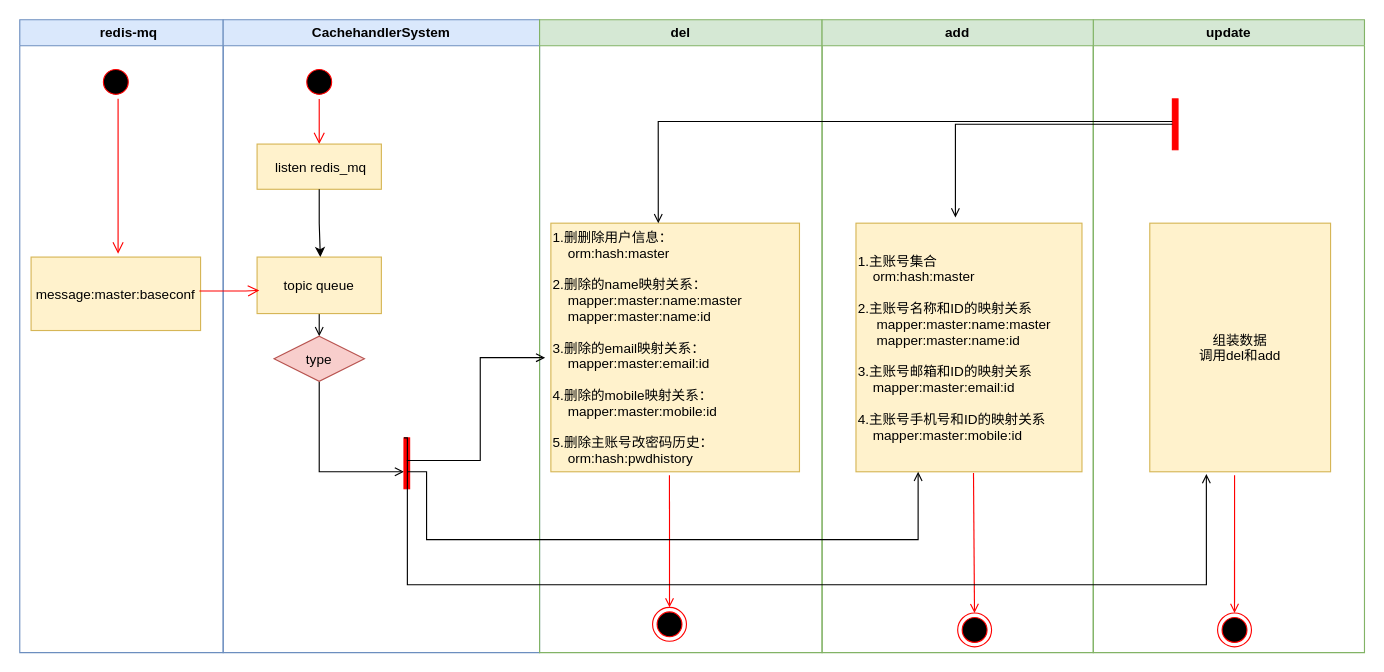
Before: page "主帐号密码变更" (9 of 19) of cachehandlersystem_消息订阅.drawio in DeanYang121/typora_images, a draw.io diagram. Source tidied: cells renumbered, new cells numbered last; positions are measured from the earlier drawing's top-left corner, leaving out a move shared by most shapes. Both pictures are drawn from the tidied source at 113%, with x=0, y=0 at pixel (19, 19).
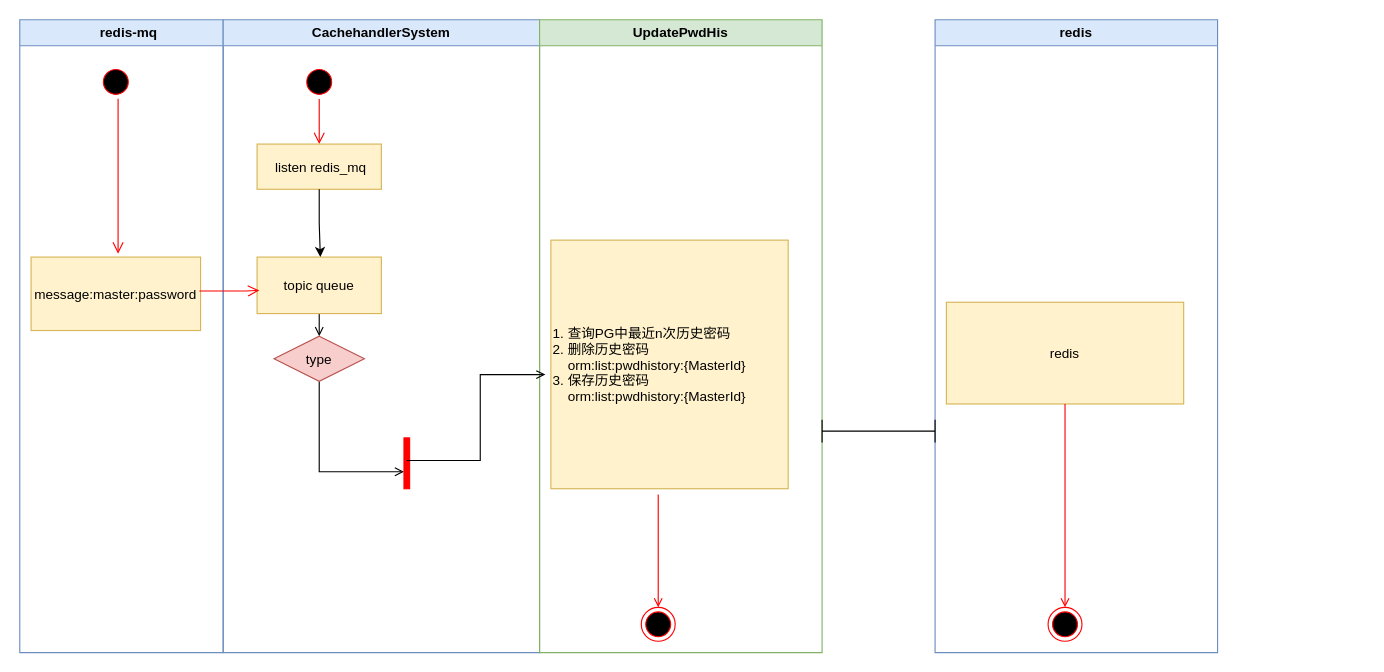
After the change.

The change refers to these unchanged cells:
```xml
<mxCell id="2" value="    redis-mq" style="swimlane;whiteSpace=wrap;fillColor=#dae8fc;strokeColor=#6c8ebf;" parent="1" vertex="1">
  <mxGeometry width="180" height="560" as="geometry" />
</mxCell>
<mxCell id="15" style="whiteSpace=wrap;strokeColor=#FF0000;fillColor=#FF0000;" parent="6" vertex="1">
  <mxGeometry x="160" y="370" width="5" height="45" as="geometry" />
</mxCell>
```

The edit, as a diff of the source:
```diff
@@
-    <mxCell id="5" value="message:master:baseconf" style="fillColor=#fff2cc;strokeColor=#d6b656;" parent="2" vertex="1">
+    <mxCell id="5" value="message:master:password" style="fillColor=#fff2cc;strokeColor=#d6b656;" parent="2" vertex="1">
       <mxGeometry x="10" y="210" width="150" height="65" as="geometry" />
     </mxCell>
@@
-    <mxCell id="16" value="del" style="swimlane;whiteSpace=wrap;fillColor=#d5e8d4;strokeColor=#82b366;" parent="1" vertex="1">
+    <mxCell id="16" value="UpdatePwdHis" style="swimlane;whiteSpace=wrap;fillColor=#d5e8d4;strokeColor=#82b366;" parent="1" vertex="1">
       <mxGeometry x="460" width="250" height="560" as="geometry" />
     </mxCell>
-    <mxCell id="17" value="1.删删除用户信息：&#10;    orm:hash:master&#10;&#10;2.删除的name映射关系：&#10;    mapper:master:name:master&#10;    mapper:master:name:id&#10;&#10;3.删除的email映射关系：&#10;    mapper:master:email:id&#10;&#10;4.删除的mobile映射关系：&#10;    mapper:master:mobile:id&#10;&#10;5.删除主账号改密码历史：&#10;    orm:hash:pwdhistory" style="align=left;fillColor=#fff2cc;strokeColor=#d6b656;" parent="16" vertex="1">
-      <mxGeometry x="10" y="180" width="220" height="220" as="geometry" />
+    <mxCell id="17" value="1. 查询PG中最近n次历史密码&#10;2. 删除历史密码&#10;    orm:list:pwdhistory:{MasterId}&#10;3. 保存历史密码&#10;    orm:list:pwdhistory:{MasterId}" style="align=left;fillColor=#fff2cc;strokeColor=#d6b656;" parent="16" vertex="1">
+      <mxGeometry x="10" y="195" width="210" height="220" as="geometry" />
     </mxCell>
     <mxCell id="18" style="ellipse;shape=endState;fillColor=#000000;strokeColor=#ff0000;" parent="16" vertex="1">
-      <mxGeometry x="100" y="520" width="30" height="30" as="geometry" />
+      <mxGeometry x="90" y="520" width="30" height="30" as="geometry" />
     </mxCell>
-    <mxCell id="19" style="endArrow=open;strokeColor=#FF0000;endFill=1;rounded=0;exitX=0.477;exitY=1.014;exitDx=0;exitDy=0;exitPerimeter=0;" parent="16" edge="1" source="17" target="18">
-      <mxGeometry relative="1" as="geometry" />
+    <mxCell id="19" style="endArrow=open;strokeColor=#FF0000;endFill=1;rounded=0;" parent="16" edge="1" target="18">
+      <mxGeometry relative="1" as="geometry">
+        <mxPoint x="105" y="420" as="sourcePoint" />
+      </mxGeometry>
     </mxCell>
-    <mxCell id="20" value="update" style="swimlane;whiteSpace=wrap;fillColor=#d5e8d4;strokeColor=#82b366;" parent="1" vertex="1">
-      <mxGeometry x="950" width="240" height="560" as="geometry" />
-    </mxCell>
-    <mxCell id="21" value="组装数据&#10;调用del和add" style="fillColor=#fff2cc;strokeColor=#d6b656;" parent="20" vertex="1">
-      <mxGeometry x="50" y="180" width="160" height="220" as="geometry" />
-    </mxCell>
-    <mxCell id="22" style="ellipse;shape=endState;fillColor=#000000;strokeColor=#ff0000;" parent="20" vertex="1">
-      <mxGeometry x="110" y="525" width="30" height="30" as="geometry" />
-    </mxCell>
-    <mxCell id="23" style="endArrow=open;strokeColor=#FF0000;endFill=1;rounded=0;exitX=0.469;exitY=1.014;exitDx=0;exitDy=0;exitPerimeter=0;" parent="20" edge="1" source="21" target="22">
-      <mxGeometry relative="1" as="geometry" />
-    </mxCell>
-    <mxCell id="24" style="whiteSpace=wrap;strokeColor=#FF0000;fillColor=#FF0000;" parent="20" vertex="1">
-      <mxGeometry x="70" y="70" width="5" height="45" as="geometry" />
-    </mxCell>
@@
-    <mxCell id="26" value="add" style="swimlane;whiteSpace=wrap;fillColor=#d5e8d4;strokeColor=#82b366;" parent="1" vertex="1">
-      <mxGeometry x="710" width="240" height="560" as="geometry" />
-    </mxCell>
-    <mxCell id="27" value="1.主账号集合&#10;    orm:hash:master&#10;    &#10;2.主账号名称和ID的映射关系&#10;     mapper:master:name:master&#10;     mapper:master:name:id&#10;&#10;3.主账号邮箱和ID的映射关系&#10;    mapper:master:email:id&#10;&#10;4.主账号手机号和ID的映射关系&#10;    mapper:master:mobile:id" style="align=left;fillColor=#fff2cc;strokeColor=#d6b656;" parent="26" vertex="1">
-      <mxGeometry x="30" y="180" width="200" height="220" as="geometry" />
-    </mxCell>
-    <mxCell id="28" style="ellipse;shape=endState;fillColor=#000000;strokeColor=#ff0000;" parent="26" vertex="1">
-      <mxGeometry x="120" y="525" width="30" height="30" as="geometry" />
-    </mxCell>
-    <mxCell id="29" style="endArrow=open;strokeColor=#FF0000;endFill=1;rounded=0;exitX=0.52;exitY=1.005;exitDx=0;exitDy=0;exitPerimeter=0;" parent="26" edge="1" source="27" target="28">
-      <mxGeometry relative="1" as="geometry" />
-    </mxCell>
-    <mxCell id="30" style="edgeStyle=orthogonalEdgeStyle;rounded=0;jettySize=auto;html=1;fontColor=#FF0000;endArrow=open;endFill=0;endSize=6;entryX=0.275;entryY=1;entryDx=0;entryDy=0;entryPerimeter=0;" parent="1" edge="1" target="27">
-      <mxGeometry relative="1" as="geometry">
-        <mxPoint x="343" y="400" as="sourcePoint" />
-        <Array as="points">
-          <mxPoint x="360" y="400" />
-          <mxPoint x="360" y="460" />
-          <mxPoint x="795" y="460" />
-        </Array>
-      </mxGeometry>
-    </mxCell>
-    <mxCell id="31" style="edgeStyle=orthogonalEdgeStyle;rounded=0;jettySize=auto;html=1;exitX=0;exitY=0;exitDx=0;exitDy=0;fontColor=#FF0000;endArrow=open;endFill=0;endSize=6;entryX=0.313;entryY=1.009;entryDx=0;entryDy=0;entryPerimeter=0;" parent="1" edge="1" source="15" target="21">
-      <mxGeometry relative="1" as="geometry">
-        <Array as="points">
-          <mxPoint x="343" y="500" />
-          <mxPoint x="1050" y="500" />
-        </Array>
-      </mxGeometry>
-    </mxCell>
@@
-    <mxCell id="33" style="edgeStyle=orthogonalEdgeStyle;rounded=0;jettySize=auto;html=1;entryX=0.432;entryY=0;entryDx=0;entryDy=0;entryPerimeter=0;fontColor=#FF0000;endArrow=open;endFill=0;endSize=6;" parent="1" edge="1" target="17">
-      <mxGeometry relative="1" as="geometry">
-        <mxPoint x="1020" y="90" as="sourcePoint" />
-        <Array as="points">
-          <mxPoint x="565" y="90" />
-        </Array>
-      </mxGeometry>
-    </mxCell>
-    <mxCell id="34" style="edgeStyle=orthogonalEdgeStyle;rounded=0;jettySize=auto;html=1;entryX=0.44;entryY=-0.023;entryDx=0;entryDy=0;entryPerimeter=0;fontColor=#FF0000;endArrow=open;endFill=0;endSize=6;" parent="1" edge="1" source="24" target="27">
-      <mxGeometry relative="1" as="geometry" />
-    </mxCell>
+    <mxCell id="35" value="redis" style="swimlane;whiteSpace=wrap;fillColor=#dae8fc;strokeColor=#6c8ebf;" parent="1" vertex="1">
+      <mxGeometry x="810" width="250" height="560" as="geometry" />
+    </mxCell>
+    <mxCell id="36" value="redis" style="align=center;fillColor=#fff2cc;strokeColor=#d6b656;" parent="35" vertex="1">
+      <mxGeometry x="10" y="250" width="210" height="90" as="geometry" />
+    </mxCell>
+    <mxCell id="37" style="ellipse;shape=endState;fillColor=#000000;strokeColor=#ff0000;" parent="35" vertex="1">
+      <mxGeometry x="100" y="520" width="30" height="30" as="geometry" />
+    </mxCell>
+    <mxCell id="38" style="endArrow=open;strokeColor=#FF0000;endFill=1;rounded=0;exitX=0.5;exitY=1;exitDx=0;exitDy=0;exitPerimeter=0;" parent="35" edge="1" source="36" target="37">
+      <mxGeometry relative="1" as="geometry" />
+    </mxCell>
+    <mxCell id="39" style="shape=crossbar;whiteSpace=wrap;html=1;rounded=1;strokeColor=default;fontColor=#FF0000;" parent="1" vertex="1">
+      <mxGeometry x="710" y="354" width="100" height="20" as="geometry" />
+    </mxCell>
```
